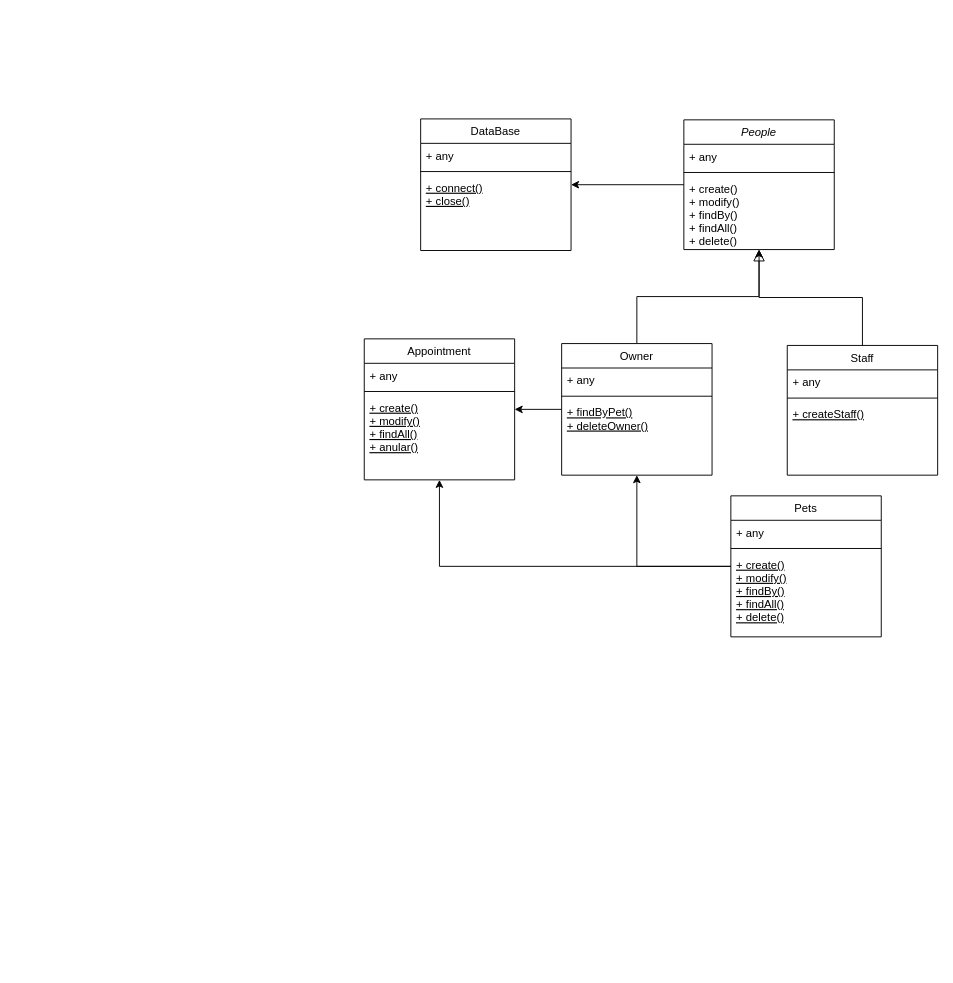
The draw.io diagram uploads/Untitled Diagram.drawio in Mogom/Imagenes_PetsHeaven, before the edit. Source tidied: cells renumbered, new cells numbered last; positions are measured from the earlier drawing's top-left corner, leaving out a move shared by most shapes. Both pictures are drawn from the tidied source at 94%, with x=0, y=0 at pixel (364, 118).
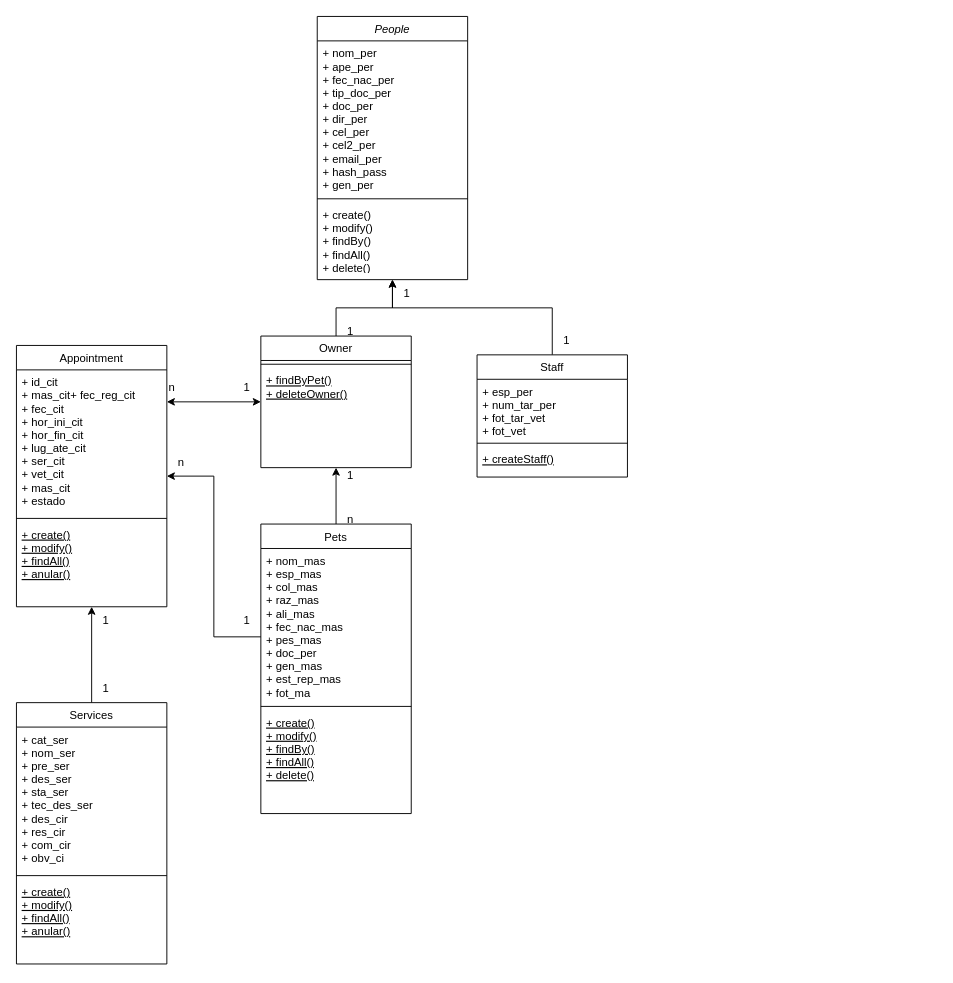
Above is the later version.

Diff of the diagram source:
```diff
@@
-    <mxCell id="2" style="edgeStyle=orthogonalEdgeStyle;rounded=0;jettySize=auto;html=1;" parent="1" edge="1" source="3" target="24">
-      <mxGeometry relative="1" as="geometry" />
-    </mxCell>
     <mxCell id="3" value="People" style="swimlane;fontStyle=2;align=center;verticalAlign=top;horizontal=1;startSize=26;rounded=0;shadow=0;strokeWidth=1;" parent="1" vertex="1">
-      <mxGeometry x="340" y="1" width="160" height="138" as="geometry" />
+      <mxGeometry x="-50" y="-109" width="160" height="280" as="geometry" />
     </mxCell>
-    <mxCell id="4" value="+ any" style="text;align=left;verticalAlign=top;spacingLeft=4;spacingRight=4;overflow=hidden;rounded=0;shadow=0;html=0;" parent="3" vertex="1">
-      <mxGeometry y="26" width="160" height="26" as="geometry" />
+    <mxCell id="4" value="+ nom_per&#10;+ ape_per&#10;+ fec_nac_per&#10;+ tip_doc_per&#10;+ doc_per&#10;+ dir_per&#10;+ cel_per&#10;+ cel2_per&#10;+ email_per&#10;+ hash_pass&#10;+ gen_per" style="text;align=left;verticalAlign=top;spacingLeft=4;spacingRight=4;overflow=hidden;rounded=0;shadow=0;html=0;textShadow=0;labelBorderColor=none;labelBackgroundColor=none;" parent="3" vertex="1">
+      <mxGeometry y="26" width="160" height="164" as="geometry" />
     </mxCell>
     <mxCell id="5" style="line;html=1;strokeWidth=1;align=left;verticalAlign=middle;spacingTop=-1;spacingLeft=3;spacingRight=3;labelPosition=right;" parent="3" vertex="1">
-      <mxGeometry y="52" width="160" height="8" as="geometry" />
+      <mxGeometry y="190" width="160" height="8" as="geometry" />
     </mxCell>
     <mxCell id="6" value="+ create()&#10;+ modify()&#10;+ findBy()&#10;+ findAll()&#10;+ delete()" style="text;align=left;verticalAlign=top;spacingLeft=4;spacingRight=4;overflow=hidden;" parent="3" vertex="1">
-      <mxGeometry y="60" width="160" height="70" as="geometry" />
+      <mxGeometry y="198" width="160" height="70" as="geometry" />
     </mxCell>
-    <mxCell id="7" value="Staff" style="swimlane;fontStyle=0;align=center;verticalAlign=top;horizontal=1;startSize=26;rounded=0;shadow=0;strokeWidth=1;" parent="1" vertex="1">
-      <mxGeometry x="450" y="241" width="160" height="138" as="geometry" />
-    </mxCell>
-    <mxCell id="8" value="+ any" style="text;align=left;verticalAlign=top;spacingLeft=4;spacingRight=4;overflow=hidden;" parent="7" vertex="1">
-      <mxGeometry y="26" width="160" height="26" as="geometry" />
-    </mxCell>
-    <mxCell id="9" style="line;html=1;strokeWidth=1;align=left;verticalAlign=middle;spacingTop=-1;spacingLeft=3;spacingRight=3;labelPosition=right;" parent="7" vertex="1">
-      <mxGeometry y="52" width="160" height="8" as="geometry" />
-    </mxCell>
-    <mxCell id="10" value="+ createStaff()" style="text;align=left;verticalAlign=top;spacingLeft=4;spacingRight=4;overflow=hidden;fontStyle=4;" parent="7" vertex="1">
-      <mxGeometry y="60" width="160" height="26" as="geometry" />
-    </mxCell>
-    <mxCell id="11" style="endArrow=block;endSize=10;endFill=0;shadow=0;strokeWidth=1;rounded=0;curved=0;edgeStyle=elbowEdgeStyle;elbow=vertical;" parent="1" edge="1" source="7" target="3">
-      <mxGeometry relative="1" as="geometry" />
-    </mxCell>
+    <mxCell id="13" style="edgeStyle=orthogonalEdgeStyle;rounded=0;jettySize=auto;html=1;startArrow=classic;startFill=1;" parent="1" edge="1" source="14" target="28">
+      <mxGeometry relative="1" as="geometry">
+        <Array as="points">
+          <mxPoint x="-260" y="331" />
+        </Array>
+      </mxGeometry>
+    </mxCell>
@@
-    <mxCell id="13" style="edgeStyle=orthogonalEdgeStyle;rounded=0;jettySize=auto;html=1;" parent="1" edge="1" source="14" target="28">
-      <mxGeometry relative="1" as="geometry" />
-    </mxCell>
     <mxCell id="14" value="Owner" style="swimlane;fontStyle=0;align=center;verticalAlign=top;horizontal=1;startSize=26;rounded=0;shadow=0;strokeWidth=1;" parent="1" vertex="1">
-      <mxGeometry x="210" y="239" width="160" height="140" as="geometry" />
+      <mxGeometry x="-110" y="231" width="160" height="140" as="geometry" />
     </mxCell>
-    <mxCell id="15" value="+ any" style="text;align=left;verticalAlign=top;spacingLeft=4;spacingRight=4;overflow=hidden;rounded=0;shadow=0;html=0;" parent="14" vertex="1">
-      <mxGeometry y="26" width="160" height="26" as="geometry" />
-    </mxCell>
     <mxCell id="16" style="line;html=1;strokeWidth=1;align=left;verticalAlign=middle;spacingTop=-1;spacingLeft=3;spacingRight=3;labelPosition=right;" parent="14" vertex="1">
-      <mxGeometry y="52" width="160" height="8" as="geometry" />
+      <mxGeometry y="26" width="160" height="8" as="geometry" />
     </mxCell>
     <mxCell id="17" value="+ findByPet()&#10;+ deleteOwner()" style="text;align=left;verticalAlign=top;spacingLeft=4;spacingRight=4;overflow=hidden;fontStyle=4;" parent="14" vertex="1">
-      <mxGeometry y="60" width="160" height="54" as="geometry" />
+      <mxGeometry y="34" width="160" height="54" as="geometry" />
     </mxCell>
@@
     <mxCell id="19" style="edgeStyle=orthogonalEdgeStyle;rounded=0;jettySize=auto;html=1;" parent="1" edge="1" source="20" target="28">
-      <mxGeometry relative="1" as="geometry" />
+      <mxGeometry relative="1" as="geometry">
+        <Array as="points">
+          <mxPoint x="-160" y="551" />
+        </Array>
+      </mxGeometry>
     </mxCell>
     <mxCell id="20" value="Pets" style="swimlane;fontStyle=0;align=center;verticalAlign=top;horizontal=1;startSize=26;rounded=0;shadow=0;strokeWidth=1;" parent="1" vertex="1">
-      <mxGeometry x="390" y="401" width="160" height="150" as="geometry" />
+      <mxGeometry x="-110" y="431" width="160" height="308" as="geometry" />
     </mxCell>
-    <mxCell id="21" value="+ any" style="text;align=left;verticalAlign=top;spacingLeft=4;spacingRight=4;overflow=hidden;rounded=0;shadow=0;html=0;" parent="20" vertex="1">
-      <mxGeometry y="26" width="160" height="26" as="geometry" />
+    <mxCell id="21" value="+ nom_mas&#10;+ esp_mas&#10;+ col_mas&#10;+ raz_mas&#10;+ ali_mas&#10;+ fec_nac_mas&#10;+ pes_mas&#10;+ doc_per&#10;+ gen_mas&#10;+ est_rep_mas&#10;+ fot_ma" style="text;align=left;verticalAlign=top;spacingLeft=4;spacingRight=4;overflow=hidden;rounded=0;shadow=0;html=0;" parent="20" vertex="1">
+      <mxGeometry y="26" width="160" height="164" as="geometry" />
     </mxCell>
     <mxCell id="22" style="line;html=1;strokeWidth=1;align=left;verticalAlign=middle;spacingTop=-1;spacingLeft=3;spacingRight=3;labelPosition=right;" parent="20" vertex="1">
-      <mxGeometry y="52" width="160" height="8" as="geometry" />
+      <mxGeometry y="190" width="160" height="8" as="geometry" />
     </mxCell>
     <mxCell id="23" value="+ create()&#10;+ modify()&#10;+ findBy()&#10;+ findAll()&#10;+ delete()" style="text;align=left;verticalAlign=top;spacingLeft=4;spacingRight=4;overflow=hidden;fontStyle=4;" parent="20" vertex="1">
-      <mxGeometry y="60" width="160" height="90" as="geometry" />
+      <mxGeometry y="198" width="160" height="90" as="geometry" />
     </mxCell>
-    <mxCell id="24" value="DataBase" style="swimlane;fontStyle=0;align=center;verticalAlign=top;horizontal=1;startSize=26;rounded=0;shadow=0;strokeWidth=1;" parent="1" vertex="1">
-      <mxGeometry x="60" width="160" height="140" as="geometry" />
-    </mxCell>
-    <mxCell id="25" value="+ any" style="text;align=left;verticalAlign=top;spacingLeft=4;spacingRight=4;overflow=hidden;rounded=0;shadow=0;html=0;" parent="24" vertex="1">
-      <mxGeometry y="26" width="160" height="26" as="geometry" />
-    </mxCell>
-    <mxCell id="26" style="line;html=1;strokeWidth=1;align=left;verticalAlign=middle;spacingTop=-1;spacingLeft=3;spacingRight=3;labelPosition=right;" parent="24" vertex="1">
-      <mxGeometry y="52" width="160" height="8" as="geometry" />
-    </mxCell>
-    <mxCell id="27" value="+ connect()&#10;+ close()" style="text;align=left;verticalAlign=top;spacingLeft=4;spacingRight=4;overflow=hidden;fontStyle=4;" parent="24" vertex="1">
-      <mxGeometry y="60" width="160" height="54" as="geometry" />
-    </mxCell>
     <mxCell id="28" value="Appointment" style="swimlane;fontStyle=0;align=center;verticalAlign=top;horizontal=1;startSize=26;rounded=0;shadow=0;strokeWidth=1;" parent="1" vertex="1">
-      <mxGeometry y="234" width="160" height="150" as="geometry" />
+      <mxGeometry x="-370" y="241" width="160" height="278" as="geometry" />
     </mxCell>
-    <mxCell id="29" value="+ any" style="text;align=left;verticalAlign=top;spacingLeft=4;spacingRight=4;overflow=hidden;" parent="28" vertex="1">
-      <mxGeometry y="26" width="160" height="26" as="geometry" />
+    <mxCell id="29" value="+ id_cit&#10;+ mas_cit+ fec_reg_cit&#10;+ fec_cit&#10;+ hor_ini_cit&#10;+ hor_fin_cit&#10;+ lug_ate_cit&#10;+ ser_cit&#10;+ vet_cit&#10;+ mas_cit&#10;+ estado" style="text;align=left;verticalAlign=top;spacingLeft=4;spacingRight=4;overflow=hidden;" parent="28" vertex="1">
+      <mxGeometry y="26" width="160" height="154" as="geometry" />
     </mxCell>
     <mxCell id="30" style="line;html=1;strokeWidth=1;align=left;verticalAlign=middle;spacingTop=-1;spacingLeft=3;spacingRight=3;labelPosition=right;" parent="28" vertex="1">
-      <mxGeometry y="52" width="160" height="8" as="geometry" />
+      <mxGeometry y="180" width="160" height="8" as="geometry" />
     </mxCell>
     <mxCell id="31" value="+ create()&#10;+ modify()&#10;+ findAll()&#10;+ anular()" style="text;align=left;verticalAlign=top;spacingLeft=4;spacingRight=4;overflow=hidden;fontStyle=4;" parent="28" vertex="1">
-      <mxGeometry y="60" width="160" height="90" as="geometry" />
+      <mxGeometry y="188" width="160" height="90" as="geometry" />
     </mxCell>
+    <mxCell id="32" style="edgeStyle=orthogonalEdgeStyle;rounded=0;jettySize=auto;html=1;" parent="1" edge="1" source="33" target="28">
+      <mxGeometry relative="1" as="geometry" />
+    </mxCell>
+    <mxCell id="33" value="Services" style="swimlane;fontStyle=0;align=center;verticalAlign=top;horizontal=1;startSize=26;rounded=0;shadow=0;strokeWidth=1;" parent="1" vertex="1">
+      <mxGeometry x="-370" y="621" width="160" height="278" as="geometry" />
+    </mxCell>
+    <mxCell id="34" value="+ cat_ser&#10;+ nom_ser&#10;+ pre_ser&#10;+ des_ser&#10;+ sta_ser&#10;+ tec_des_ser&#10;+ des_cir&#10;+ res_cir&#10;+ com_cir&#10;+ obv_ci" style="text;align=left;verticalAlign=top;spacingLeft=4;spacingRight=4;overflow=hidden;" parent="33" vertex="1">
+      <mxGeometry y="26" width="160" height="154" as="geometry" />
+    </mxCell>
+    <mxCell id="35" style="line;html=1;strokeWidth=1;align=left;verticalAlign=middle;spacingTop=-1;spacingLeft=3;spacingRight=3;labelPosition=right;" parent="33" vertex="1">
+      <mxGeometry y="180" width="160" height="8" as="geometry" />
+    </mxCell>
+    <mxCell id="36" value="+ create()&#10;+ modify()&#10;+ findAll()&#10;+ anular()" style="text;align=left;verticalAlign=top;spacingLeft=4;spacingRight=4;overflow=hidden;fontStyle=4;" parent="33" vertex="1">
+      <mxGeometry y="188" width="160" height="90" as="geometry" />
+    </mxCell>
+    <mxCell id="11" style="edgeStyle=orthogonalEdgeStyle;rounded=0;jettySize=auto;html=1;entryX=0.5;entryY=1;entryDx=0;entryDy=0;" parent="1" edge="1" source="7" target="3">
+      <mxGeometry relative="1" as="geometry">
+        <Array as="points">
+          <mxPoint x="200" y="201" />
+          <mxPoint x="30" y="201" />
+        </Array>
+      </mxGeometry>
+    </mxCell>
+    <mxCell id="7" value="Staff" style="swimlane;fontStyle=0;align=center;verticalAlign=top;horizontal=1;startSize=26;rounded=0;shadow=0;strokeWidth=1;" parent="1" vertex="1">
+      <mxGeometry x="120" y="251" width="160" height="130" as="geometry" />
+    </mxCell>
+    <mxCell id="37" value="+ esp_per&#10;+ num_tar_per&#10;+ fot_tar_vet&#10;+ fot_vet" style="text;align=left;verticalAlign=top;spacingLeft=4;spacingRight=4;overflow=hidden;rounded=0;shadow=0;html=0;" parent="7" vertex="1">
+      <mxGeometry y="26" width="160" height="64" as="geometry" />
+    </mxCell>
+    <mxCell id="38" style="line;html=1;strokeWidth=1;align=left;verticalAlign=middle;spacingTop=-1;spacingLeft=3;spacingRight=3;labelPosition=right;" parent="7" vertex="1">
+      <mxGeometry y="90" width="160" height="8" as="geometry" />
+    </mxCell>
+    <mxCell id="10" value="+ createStaff()" style="text;align=left;verticalAlign=top;spacingLeft=4;spacingRight=4;overflow=hidden;fontStyle=4;" parent="7" vertex="1">
+      <mxGeometry y="98" width="160" height="32" as="geometry" />
+    </mxCell>
+    <mxCell id="39" value="1" style="text;html=1;align=center;verticalAlign=middle;strokeColor=none;fillColor=none;" parent="1" vertex="1">
+      <mxGeometry x="30" y="171" width="30" height="30" as="geometry" />
+    </mxCell>
+    <mxCell id="40" value="1" style="text;html=1;align=center;verticalAlign=middle;strokeColor=none;fillColor=none;" parent="1" vertex="1">
+      <mxGeometry x="-30" y="211" width="30" height="30" as="geometry" />
+    </mxCell>
+    <mxCell id="41" value="1" style="text;html=1;align=center;verticalAlign=middle;strokeColor=none;fillColor=none;" parent="1" vertex="1">
+      <mxGeometry x="-30" y="365" width="30" height="30" as="geometry" />
+    </mxCell>
+    <mxCell id="42" value="n" style="text;html=1;align=center;verticalAlign=middle;strokeColor=none;fillColor=none;" parent="1" vertex="1">
+      <mxGeometry x="-30" y="411" width="30" height="30" as="geometry" />
+    </mxCell>
+    <mxCell id="43" value="n" style="text;html=1;align=center;verticalAlign=middle;strokeColor=none;fillColor=none;" parent="1" vertex="1">
+      <mxGeometry x="-220" y="271" width="30" height="30" as="geometry" />
+    </mxCell>
+    <mxCell id="44" value="n" style="text;html=1;align=center;verticalAlign=middle;strokeColor=none;fillColor=none;" parent="1" vertex="1">
+      <mxGeometry x="-210" y="351" width="30" height="30" as="geometry" />
+    </mxCell>
+    <mxCell id="45" value="1" style="text;html=1;align=center;verticalAlign=middle;strokeColor=none;fillColor=none;" parent="1" vertex="1">
+      <mxGeometry x="-140" y="519" width="30" height="30" as="geometry" />
+    </mxCell>
+    <mxCell id="46" value="1" style="text;html=1;align=center;verticalAlign=middle;strokeColor=none;fillColor=none;" parent="1" vertex="1">
+      <mxGeometry x="-290" y="519" width="30" height="30" as="geometry" />
+    </mxCell>
+    <mxCell id="47" value="1" style="text;html=1;align=center;verticalAlign=middle;strokeColor=none;fillColor=none;" parent="1" vertex="1">
+      <mxGeometry x="-290" y="591" width="30" height="30" as="geometry" />
+    </mxCell>
+    <mxCell id="48" value="1" style="text;html=1;align=center;verticalAlign=middle;strokeColor=none;fillColor=none;" parent="1" vertex="1">
+      <mxGeometry x="200" y="221" width="30" height="30" as="geometry" />
+    </mxCell>
+    <mxCell id="49" value="1" style="text;html=1;align=center;verticalAlign=middle;strokeColor=none;fillColor=none;" parent="1" vertex="1">
+      <mxGeometry x="-140" y="271" width="30" height="30" as="geometry" />
+    </mxCell>
```
